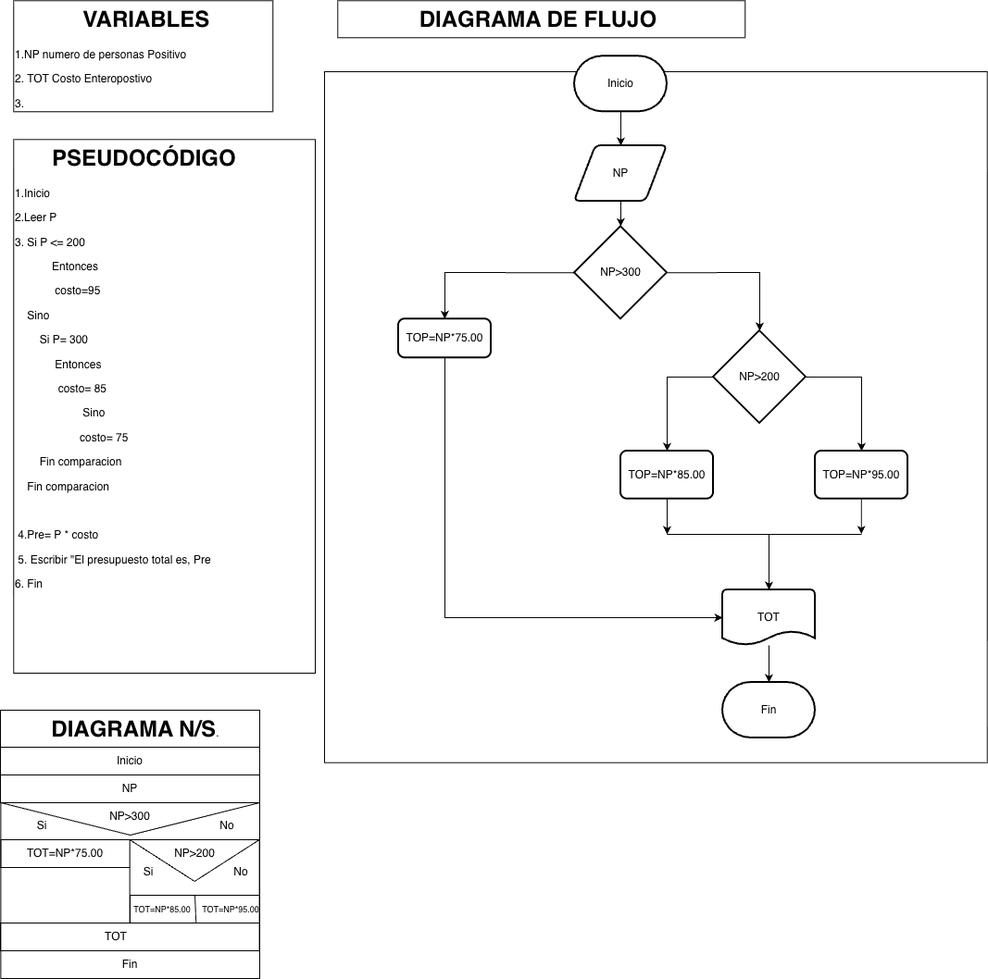
josecontrerasu-bit/jicu keeps this draw.io diagram as Estructuras Selectivas/Copia de ejercicio_08_JoseIgnaciodrawio.png. Above is the earlier version. Source tidied: cells renumbered, new cells last; positions are measured from the earlier drawing's top-left corner, leaving out a move shared by most shapes.
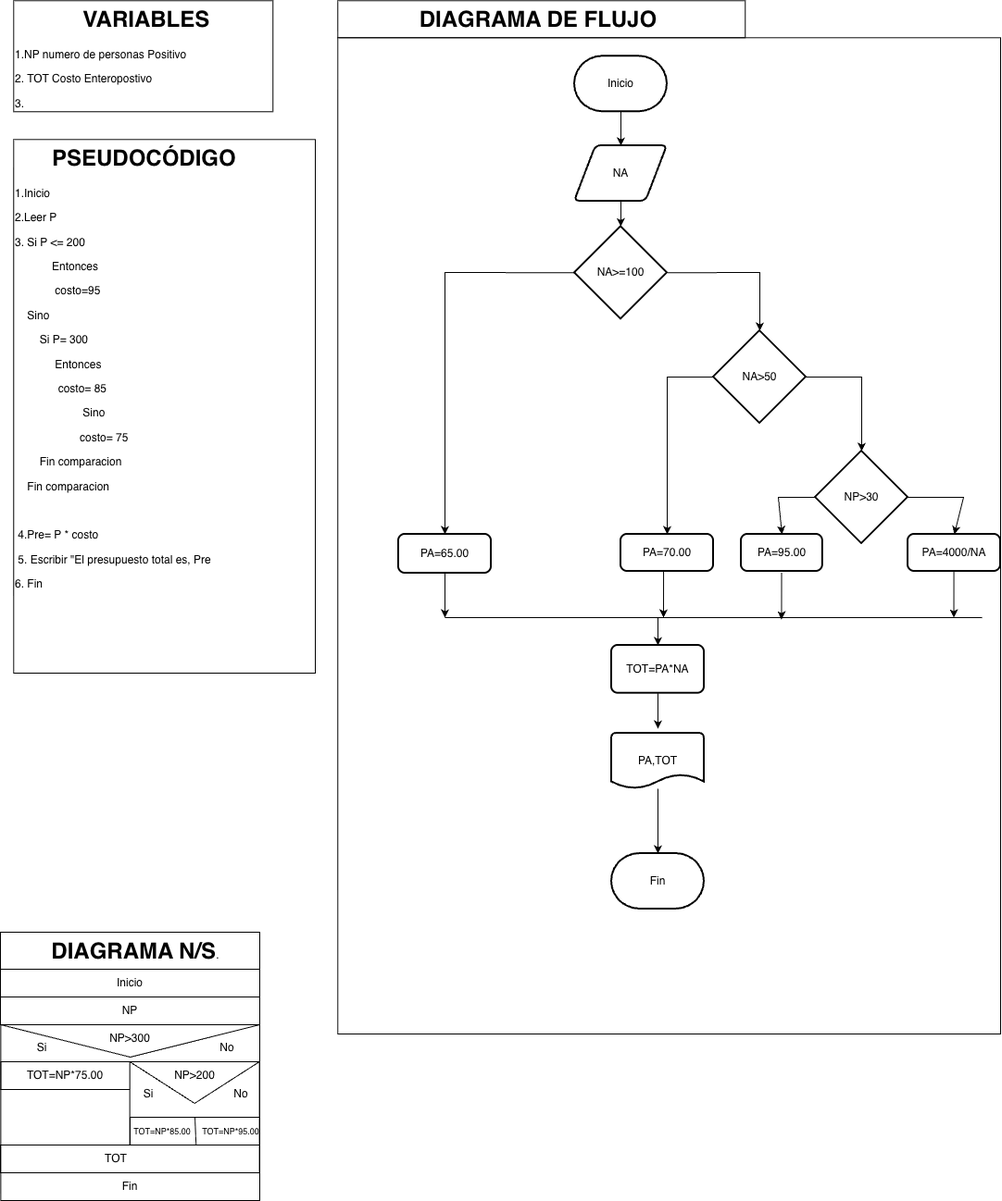
After the change.

What changed in the source:
```diff
@@ -6,10 +6,10 @@
       <mxGeometry x="0.4" y="867" width="279.6" height="70" as="geometry" />
     </mxCell>
     <mxCell id="3" value="&lt;h1 style=&quot;text-align: center; margin-top: 0px;&quot;&gt;&amp;nbsp; &amp;nbsp; &amp;nbsp; PSEUDOCÓDIGO&lt;/h1&gt;&lt;p&gt;1.Inicio&lt;/p&gt;&lt;p&gt;&lt;span style=&quot;background-color: transparent; color: light-dark(rgb(0, 0, 0), rgb(255, 255, 255));&quot;&gt;2.Leer P&lt;/span&gt;&lt;/p&gt;&lt;p&gt;3. Si P &amp;lt;= 200&amp;nbsp;&lt;/p&gt;&lt;p&gt;&amp;nbsp; &amp;nbsp; &amp;nbsp; &amp;nbsp; &amp;nbsp; &amp;nbsp; E&lt;span style=&quot;background-color: transparent; color: light-dark(rgb(0, 0, 0), rgb(255, 255, 255));&quot;&gt;ntonces&lt;/span&gt;&lt;/p&gt;&lt;p&gt;&amp;nbsp; &amp;nbsp; &amp;nbsp; &amp;nbsp; &amp;nbsp; &amp;nbsp; &amp;nbsp;costo=95&lt;/p&gt;&lt;p&gt;&amp;nbsp; &amp;nbsp; Sino&lt;/p&gt;&lt;p&gt;&amp;nbsp; &amp;nbsp; &amp;nbsp; &amp;nbsp; Si P= 300&amp;nbsp;&lt;/p&gt;&lt;p&gt;&lt;span style=&quot;background-color: transparent; color: light-dark(rgb(0, 0, 0), rgb(255, 255, 255));&quot;&gt;&amp;nbsp; &amp;nbsp; &amp;nbsp; &amp;nbsp; &amp;nbsp; &amp;nbsp; &amp;nbsp;Entonces&lt;/span&gt;&lt;/p&gt;&lt;p&gt;&amp;nbsp; &amp;nbsp; &amp;nbsp; &amp;nbsp; &amp;nbsp; &amp;nbsp; &amp;nbsp; costo= 85&lt;/p&gt;&lt;p&gt;&amp;nbsp; &amp;nbsp; &amp;nbsp; &amp;nbsp; &amp;nbsp; &amp;nbsp; &amp;nbsp; &amp;nbsp; &amp;nbsp; &amp;nbsp; &amp;nbsp; Sino&lt;/p&gt;&lt;p&gt;&amp;nbsp; &amp;nbsp; &amp;nbsp; &amp;nbsp; &amp;nbsp; &amp;nbsp; &amp;nbsp; &amp;nbsp; &amp;nbsp; &amp;nbsp; &amp;nbsp;costo= 75&lt;/p&gt;&lt;p&gt;&amp;nbsp; &amp;nbsp; &amp;nbsp; &amp;nbsp; Fin comparacion&amp;nbsp;&lt;/p&gt;&lt;p&gt;&amp;nbsp; &amp;nbsp; Fin comparacion&lt;/p&gt;&lt;p&gt;&lt;br&gt;&lt;/p&gt;&lt;p&gt;&amp;nbsp;4.Pre= P * costo&lt;/p&gt;&lt;p&gt;&lt;span style=&quot;background-color: transparent; color: light-dark(rgb(0, 0, 0), rgb(255, 255, 255));&quot;&gt;&amp;nbsp;5. Escribir &quot;El presupuesto total es, Pre&lt;/span&gt;&lt;/p&gt;&lt;p&gt;&lt;span style=&quot;background-color: transparent; color: light-dark(rgb(0, 0, 0), rgb(255, 255, 255));&quot;&gt;6. Fin&lt;/span&gt;&lt;/p&gt;&lt;p&gt;&lt;br&gt;&lt;/p&gt;" style="text;html=1;whiteSpace=wrap;overflow=hidden;rounded=0;perimeterSpacing=1;strokeColor=default;" parent="1" vertex="1">
-      <mxGeometry x="14.3" y="150.3" width="325.7" height="576.7" as="geometry" />
+      <mxGeometry x="14.3" y="-89.7" width="325.7" height="576.7" as="geometry" />
     </mxCell>
     <mxCell id="4" value="&lt;h1 style=&quot;text-align: center; margin-top: 0px;&quot;&gt;&amp;nbsp; &amp;nbsp; &amp;nbsp; &amp;nbsp; &amp;nbsp; &amp;nbsp;VARIABLES&lt;/h1&gt;&lt;p&gt;1.NP numero de personas Positivo&lt;/p&gt;&lt;p&gt;2. TOT Costo Enteropostivo&lt;/p&gt;&lt;p&gt;3.&lt;/p&gt;&lt;p&gt;4.&lt;/p&gt;&lt;p&gt;5.&lt;/p&gt;&lt;p&gt;&lt;br&gt;&lt;/p&gt;" style="text;html=1;whiteSpace=wrap;overflow=hidden;rounded=0;perimeterSpacing=1;strokeColor=default;" parent="1" vertex="1">
-      <mxGeometry x="14.3" y="0.3" width="280" height="120" as="geometry" />
+      <mxGeometry x="14.3" y="-239.7" width="280" height="120" as="geometry" />
     </mxCell>
     <mxCell id="5" value="&lt;h1 style=&quot;text-align: center; margin-top: 0px;&quot;&gt;&amp;nbsp; &amp;nbsp; &amp;nbsp; &amp;nbsp; DIAGRAMA N/S&lt;span style=&quot;background-color: transparent; color: light-dark(rgb(0, 0, 0), rgb(255, 255, 255)); font-size: 12px; font-weight: normal; text-align: left;&quot;&gt;.&lt;/span&gt;&lt;/h1&gt;&lt;p&gt;&lt;br&gt;&lt;/p&gt;" style="text;html=1;whiteSpace=wrap;overflow=hidden;rounded=0;perimeterSpacing=1;strokeColor=default;" parent="1" vertex="1">
       <mxGeometry y="767" width="280" height="40" as="geometry" />
@@ -36,101 +36,96 @@
       <mxGeometry x="105" y="867" width="70" height="30" as="geometry" />
     </mxCell>
     <mxCell id="13" value="&lt;h1 style=&quot;text-align: center; margin-top: 0px;&quot;&gt;&amp;nbsp; &amp;nbsp; &amp;nbsp; &amp;nbsp; &amp;nbsp; &amp;nbsp; &amp;nbsp;DIAGRAMA DE FLUJO&lt;/h1&gt;&lt;p&gt;&lt;br&gt;&lt;/p&gt;" style="text;html=1;whiteSpace=wrap;overflow=hidden;rounded=0;perimeterSpacing=1;strokeColor=default;" parent="1" vertex="1">
-      <mxGeometry x="364.3" y="0.3" width="440" height="40" as="geometry" />
+      <mxGeometry x="364.3" y="-239.7" width="440" height="40" as="geometry" />
     </mxCell>
     <mxCell id="14" style="rounded=0;whiteSpace=wrap;html=1;fillColor=none;" parent="1" vertex="1">
-      <mxGeometry x="350" y="77" width="715.7" height="746.7" as="geometry" />
+      <mxGeometry x="364.3" y="-199.7" width="715.7" height="1076.7" as="geometry" />
     </mxCell>
     <mxCell id="15" style="edgeStyle=orthogonalEdgeStyle;rounded=0;jettySize=auto;html=1;" parent="1" edge="1" source="16" target="18">
       <mxGeometry relative="1" as="geometry" />
     </mxCell>
     <mxCell id="16" value="Inicio" style="strokeWidth=2;html=1;shape=mxgraph.flowchart.terminator;whiteSpace=wrap;" parent="1" vertex="1">
-      <mxGeometry x="620" y="60.3" width="100" height="60" as="geometry" />
+      <mxGeometry x="620" y="-179.7" width="100" height="60" as="geometry" />
     </mxCell>
     <mxCell id="17" style="edgeStyle=orthogonalEdgeStyle;rounded=0;jettySize=auto;html=1;" parent="1" edge="1" source="18" target="19">
       <mxGeometry relative="1" as="geometry" />
     </mxCell>
-    <mxCell id="18" value="NP" style="shape=parallelogram;html=1;strokeWidth=2;perimeter=parallelogramPerimeter;whiteSpace=wrap;rounded=1;arcSize=12;size=0.23;" parent="1" vertex="1">
-      <mxGeometry x="620" y="157" width="100" height="60" as="geometry" />
+    <mxCell id="18" value="NA" style="shape=parallelogram;html=1;strokeWidth=2;perimeter=parallelogramPerimeter;whiteSpace=wrap;rounded=1;arcSize=12;size=0.23;" parent="1" vertex="1">
+      <mxGeometry x="620" y="-83" width="100" height="60" as="geometry" />
     </mxCell>
-    <mxCell id="19" value="NP&amp;gt;300" style="strokeWidth=2;html=1;shape=mxgraph.flowchart.decision;whiteSpace=wrap;" parent="1" vertex="1">
-      <mxGeometry x="620" y="244.3" width="100" height="100" as="geometry" />
+    <mxCell id="19" value="NA&amp;gt;=100" style="strokeWidth=2;html=1;shape=mxgraph.flowchart.decision;whiteSpace=wrap;" parent="1" vertex="1">
+      <mxGeometry x="620" y="4.3" width="100" height="100" as="geometry" />
     </mxCell>
-    <mxCell id="20" value="TOP=NP*75.00" style="rounded=1;whiteSpace=wrap;html=1;absoluteArcSize=1;arcSize=14;strokeWidth=2;" parent="1" vertex="1">
-      <mxGeometry x="430" y="344.3" width="100" height="42" as="geometry" />
+    <mxCell id="20" value="PA=65.00" style="rounded=1;whiteSpace=wrap;html=1;absoluteArcSize=1;arcSize=14;strokeWidth=2;" parent="1" vertex="1">
+      <mxGeometry x="430" y="337" width="100" height="42" as="geometry" />
     </mxCell>
-    <mxCell id="21" value="NP&amp;gt;200" style="strokeWidth=2;html=1;shape=mxgraph.flowchart.decision;whiteSpace=wrap;" parent="1" vertex="1">
-      <mxGeometry x="770" y="357" width="100" height="100" as="geometry" />
+    <mxCell id="21" value="NA&amp;gt;50" style="strokeWidth=2;html=1;shape=mxgraph.flowchart.decision;whiteSpace=wrap;" parent="1" vertex="1">
+      <mxGeometry x="770" y="117" width="100" height="100" as="geometry" />
     </mxCell>
-    <mxCell id="22" value="TOP=NP*85.00" style="rounded=1;whiteSpace=wrap;html=1;absoluteArcSize=1;arcSize=14;strokeWidth=2;" parent="1" vertex="1">
-      <mxGeometry x="670" y="487" width="100" height="51.7" as="geometry" />
+    <mxCell id="22" value="PA=70.00" style="rounded=1;whiteSpace=wrap;html=1;absoluteArcSize=1;arcSize=14;strokeWidth=2;" parent="1" vertex="1">
+      <mxGeometry x="670" y="337" width="100" height="40" as="geometry" />
     </mxCell>
-    <mxCell id="23" value="TOP=NP*95.00" style="rounded=1;whiteSpace=wrap;html=1;absoluteArcSize=1;arcSize=14;strokeWidth=2;" parent="1" vertex="1">
-      <mxGeometry x="880" y="487" width="100" height="51.7" as="geometry" />
-    </mxCell>
     <mxCell id="24" style="edgeStyle=orthogonalEdgeStyle;rounded=0;jettySize=auto;html=1;" parent="1" edge="1" source="25" target="26">
       <mxGeometry relative="1" as="geometry" />
     </mxCell>
-    <mxCell id="25" value="TOT" style="strokeWidth=2;html=1;shape=mxgraph.flowchart.document2;whiteSpace=wrap;size=0.25;" parent="1" vertex="1">
-      <mxGeometry x="780" y="637" width="100" height="60" as="geometry" />
+    <mxCell id="25" value="PA,TOT" style="strokeWidth=2;html=1;shape=mxgraph.flowchart.document2;whiteSpace=wrap;size=0.25;" parent="1" vertex="1">
+      <mxGeometry x="660" y="552" width="100" height="60" as="geometry" />
     </mxCell>
     <mxCell id="26" value="Fin" style="strokeWidth=2;html=1;shape=mxgraph.flowchart.terminator;whiteSpace=wrap;" parent="1" vertex="1">
-      <mxGeometry x="780" y="737" width="100" height="60" as="geometry" />
+      <mxGeometry x="660" y="682" width="100" height="60" as="geometry" />
     </mxCell>
     <mxCell id="27" style="endArrow=classic;html=1;rounded=0;exitX=0;exitY=0.5;exitDx=0;exitDy=0;exitPerimeter=0;entryX=0.5;entryY=0;entryDx=0;entryDy=0;" parent="1" edge="1" source="19" target="20">
       <mxGeometry relative="1" as="geometry">
         <Array as="points">
-          <mxPoint x="480" y="294" />
+          <mxPoint x="480" y="54" />
         </Array>
       </mxGeometry>
     </mxCell>
     <mxCell id="28" style="endArrow=classic;html=1;rounded=0;exitX=1;exitY=0.5;exitDx=0;exitDy=0;exitPerimeter=0;entryX=0.5;entryY=0;entryDx=0;entryDy=0;entryPerimeter=0;" parent="1" edge="1" source="19" target="21">
       <mxGeometry relative="1" as="geometry">
         <Array as="points">
-          <mxPoint x="820" y="294" />
+          <mxPoint x="820" y="54" />
         </Array>
       </mxGeometry>
     </mxCell>
     <mxCell id="29" style="endArrow=classic;html=1;rounded=0;exitX=0;exitY=0.5;exitDx=0;exitDy=0;exitPerimeter=0;entryX=0.5;entryY=0;entryDx=0;entryDy=0;" parent="1" edge="1" source="21" target="22">
       <mxGeometry relative="1" as="geometry">
         <Array as="points">
-          <mxPoint x="720" y="407" />
+          <mxPoint x="720" y="167" />
         </Array>
       </mxGeometry>
     </mxCell>
-    <mxCell id="30" style="endArrow=classic;html=1;rounded=0;exitX=1;exitY=0.5;exitDx=0;exitDy=0;exitPerimeter=0;entryX=0.5;entryY=0;entryDx=0;entryDy=0;" parent="1" edge="1" source="21" target="23">
+    <mxCell id="30" style="endArrow=classic;html=1;rounded=0;exitX=1;exitY=0.5;exitDx=0;exitDy=0;exitPerimeter=0;entryX=0.5;entryY=0;entryDx=0;entryDy=0;" parent="1" edge="1" source="21">
       <mxGeometry relative="1" as="geometry">
+        <mxPoint x="930" y="247" as="targetPoint" />
         <Array as="points">
-          <mxPoint x="930" y="407" />
+          <mxPoint x="930" y="167" />
         </Array>
       </mxGeometry>
     </mxCell>
-    <mxCell id="31" style="endArrow=classic;html=1;rounded=0;exitX=0.5;exitY=1;exitDx=0;exitDy=0;" parent="1" edge="1" source="22">
-      <mxGeometry relative="1" as="geometry">
-        <mxPoint x="720" y="577" as="targetPoint" />
-      </mxGeometry>
-    </mxCell>
     <mxCell id="32" style="endArrow=classic;html=1;rounded=0;exitX=0.5;exitY=1;exitDx=0;exitDy=0;" parent="1" edge="1">
       <mxGeometry relative="1" as="geometry">
-        <mxPoint x="929.8" y="538.7" as="sourcePoint" />
-        <mxPoint x="929.8" y="576.7" as="targetPoint" />
+        <mxPoint x="929.8" y="298.7" as="sourcePoint" />
+        <mxPoint x="929.8" y="336.7" as="targetPoint" />
       </mxGeometry>
     </mxCell>
     <mxCell id="33" style="endArrow=none;html=1;rounded=0;" parent="1" edge="1">
       <mxGeometry relative="1" as="geometry">
-        <mxPoint x="720" y="577" as="sourcePoint" />
-        <mxPoint x="930" y="577" as="targetPoint" />
+        <mxPoint x="480" y="427" as="sourcePoint" />
+        <mxPoint x="1060" y="427" as="targetPoint" />
       </mxGeometry>
     </mxCell>
-    <mxCell id="34" style="endArrow=classic;html=1;rounded=0;entryX=0.5;entryY=0;entryDx=0;entryDy=0;entryPerimeter=0;" parent="1" edge="1" target="25">
+    <mxCell id="34" style="endArrow=classic;html=1;rounded=0;" parent="1" edge="1">
       <mxGeometry relative="1" as="geometry">
-        <mxPoint x="830" y="577" as="sourcePoint" />
+        <mxPoint x="716.1" y="377" as="sourcePoint" />
+        <mxPoint x="716" y="427" as="targetPoint" />
       </mxGeometry>
     </mxCell>
-    <mxCell id="35" style="endArrow=classic;html=1;rounded=0;exitX=0.5;exitY=1;exitDx=0;exitDy=0;entryX=0;entryY=0.5;entryDx=0;entryDy=0;entryPerimeter=0;" parent="1" edge="1" source="20" target="25">
+    <mxCell id="35" style="endArrow=classic;html=1;rounded=0;exitX=0.5;exitY=1;exitDx=0;exitDy=0;" parent="1" edge="1" source="20">
       <mxGeometry relative="1" as="geometry">
+        <mxPoint x="480" y="427" as="targetPoint" />
         <Array as="points">
-          <mxPoint x="480" y="667" />
+          <mxPoint x="480" y="427" />
         </Array>
       </mxGeometry>
     </mxCell>
@@ -173,5 +168,53 @@
     <mxCell id="48" value="Fin" style="rounded=0;whiteSpace=wrap;html=1;fillColor=none;" parent="1" vertex="1">
       <mxGeometry x="0.3" y="1027" width="279.6" height="30" as="geometry" />
     </mxCell>
+    <mxCell id="49" value="NP&amp;gt;30" style="strokeWidth=2;html=1;shape=mxgraph.flowchart.decision;whiteSpace=wrap;" parent="1" vertex="1">
+      <mxGeometry x="880" y="247" width="100" height="100" as="geometry" />
+    </mxCell>
+    <mxCell id="50" value="PA=95.00" style="rounded=1;whiteSpace=wrap;html=1;absoluteArcSize=1;arcSize=14;strokeWidth=2;" parent="1" vertex="1">
+      <mxGeometry x="800" y="337" width="87.9" height="40" as="geometry" />
+    </mxCell>
+    <mxCell id="51" value="PA=4000/NA" style="rounded=1;whiteSpace=wrap;html=1;absoluteArcSize=1;arcSize=14;strokeWidth=2;" parent="1" vertex="1">
+      <mxGeometry x="980" y="337" width="100" height="40" as="geometry" />
+    </mxCell>
+    <mxCell id="52" value="TOT=PA*NA" style="rounded=1;whiteSpace=wrap;html=1;absoluteArcSize=1;arcSize=14;strokeWidth=2;" parent="1" vertex="1">
+      <mxGeometry x="660" y="457" width="100" height="51.7" as="geometry" />
+    </mxCell>
+    <mxCell id="53" style="endArrow=classic;html=1;rounded=0;" parent="1" edge="1">
+      <mxGeometry relative="1" as="geometry">
+        <mxPoint x="843.5" y="379" as="sourcePoint" />
+        <mxPoint x="843.4" y="429" as="targetPoint" />
+      </mxGeometry>
+    </mxCell>
+    <mxCell id="54" style="endArrow=classic;html=1;rounded=0;" parent="1" edge="1">
+      <mxGeometry relative="1" as="geometry">
+        <mxPoint x="1029.6" y="377" as="sourcePoint" />
+        <mxPoint x="1029.5" y="427" as="targetPoint" />
+      </mxGeometry>
+    </mxCell>
+    <mxCell id="55" style="endArrow=classic;html=1;rounded=0;entryX=0.5;entryY=0;entryDx=0;entryDy=0;" parent="1" edge="1" target="52">
+      <mxGeometry relative="1" as="geometry">
+        <mxPoint x="710" y="427" as="sourcePoint" />
+      </mxGeometry>
+    </mxCell>
+    <mxCell id="56" style="endArrow=classic;html=1;rounded=0;exitX=0.5;exitY=1;exitDx=0;exitDy=0;" parent="1" edge="1" source="52">
+      <mxGeometry relative="1" as="geometry">
+        <mxPoint x="710" y="547" as="targetPoint" />
+      </mxGeometry>
+    </mxCell>
+    <mxCell id="57" style="endArrow=classic;html=1;rounded=0;entryX=0.5;entryY=0;entryDx=0;entryDy=0;exitX=0;exitY=0.5;exitDx=0;exitDy=0;exitPerimeter=0;" parent="1" edge="1" source="49" target="50">
+      <mxGeometry relative="1" as="geometry">
+        <Array as="points">
+          <mxPoint x="840" y="297" />
+        </Array>
+      </mxGeometry>
+    </mxCell>
+    <mxCell id="58" style="endArrow=classic;html=1;rounded=0;exitX=1;exitY=0.5;exitDx=0;exitDy=0;exitPerimeter=0;entryX=0.5;entryY=0;entryDx=0;entryDy=0;" parent="1" edge="1" source="49" target="51">
+      <mxGeometry relative="1" as="geometry">
+        <Array as="points">
+          <mxPoint x="1040" y="297" />
+        </Array>
+      </mxGeometry>
+    </mxCell>
   </root>
 </mxGraphModel>
```
